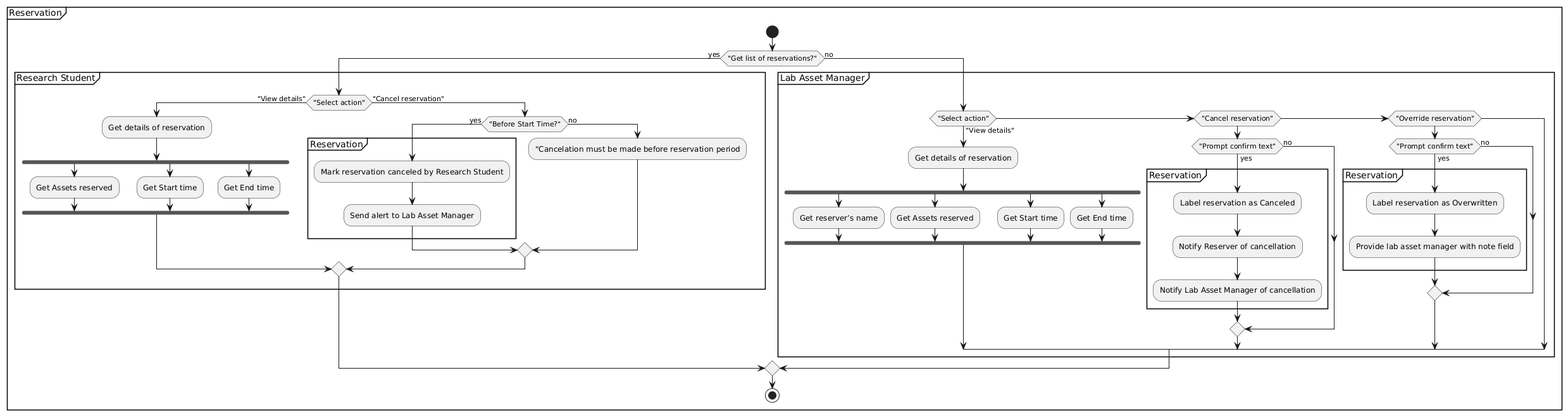
Earlier version of the PlantUML export design/activity_diagrams/AD-06 Reservation Management.png (Farzaanw/Lab-Asset-Management-System). The source it was exported from:
```plantuml
@startuml
partition Reservation {
    start

    if ("Get list of reservations?") then (yes)
        partition "Research Student" {
            if ("Select action") then ("View details")
                :Get details of reservation;

                fork
                    :Get Assets reserved;
                fork again
                    :Get Start time;
                fork again
                    :Get End time;
                end fork

            else ("Cancel reservation")
                if ("Before Start Time?") then (yes)
                    partition Reservation {
                        :Mark reservation canceled by Research Student;
                        :Send alert to Lab Asset Manager;
                    }
                else (no)
                    :"Cancelation must be made before reservation period;
                endif
            endif
        }
    else (no)
        partition "Lab Asset Manager" {
            if ("Select action") then ("View details")
                :Get details of reservation;

                fork
                    :Get reserver’s name;
                fork again
                    :Get Assets reserved;
                fork again
                    :Get Start time;
                fork again
                    :Get End time;
                end fork

            elseif ("Cancel reservation")
                if ("Prompt confirm text") then (yes)
                    partition Reservation {
                        :Label reservation as Canceled;
                        :Notify Reserver of cancellation;
                        :Notify Lab Asset Manager of cancellation;
                    }
                else (no)
                endif

            elseif ("Override reservation")
                if ("Prompt confirm text") then (yes)
                    partition Reservation {
                        :Label reservation as Overwritten;
                        :Provide lab asset manager with note field;
                    }
                else (no)
                endif

            endif
        }
    endif

    stop
}
@enduml
```
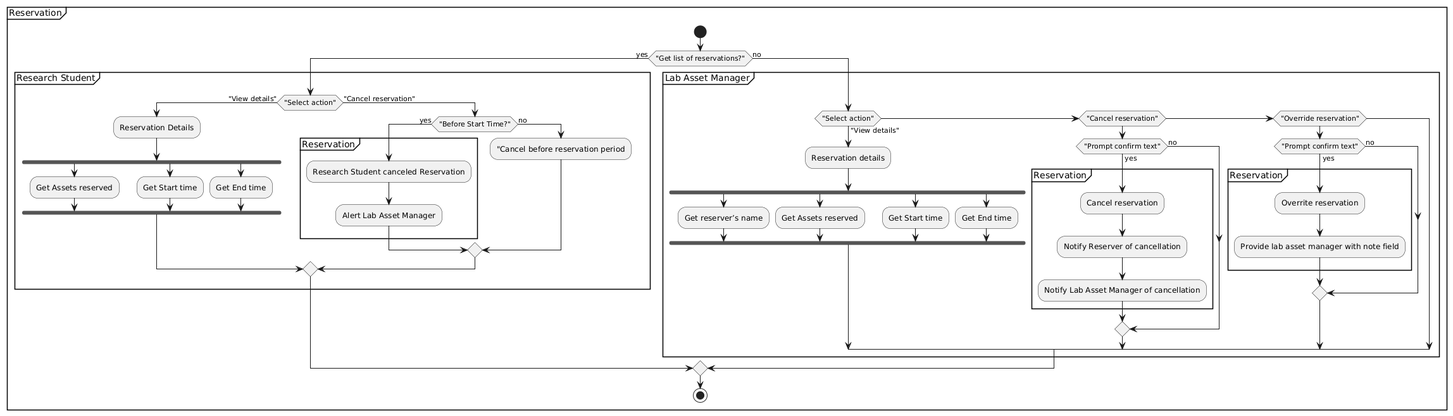
Above is the later version.

Commit message:
Changed png to match code

Diff of the diagram source:
```diff
@@ -5,7 +5,7 @@
     if ("Get list of reservations?") then (yes)
         partition "Research Student" {
             if ("Select action") then ("View details")
-                :Get details of reservation;
+                :Reservation Details;
 
                 fork
                     :Get Assets reserved;
@@ -18,18 +18,18 @@
             else ("Cancel reservation")
                 if ("Before Start Time?") then (yes)
                     partition Reservation {
-                        :Mark reservation canceled by Research Student;
-                        :Send alert to Lab Asset Manager;
+                        :Research Student canceled Reservation;
+                        :Alert Lab Asset Manager;
                     }
                 else (no)
-                    :"Cancelation must be made before reservation period;
+                    :"Cancel before reservation period;
                 endif
             endif
         }
     else (no)
         partition "Lab Asset Manager" {
             if ("Select action") then ("View details")
-                :Get details of reservation;
+                :Reservation details;
 
                 fork
                     :Get reserver’s name;
@@ -44,7 +44,7 @@
             elseif ("Cancel reservation")
                 if ("Prompt confirm text") then (yes)
                     partition Reservation {
-                        :Label reservation as Canceled;
+                        :Cancel reservation;
                         :Notify Reserver of cancellation;
                         :Notify Lab Asset Manager of cancellation;
                     }
@@ -54,7 +54,7 @@
             elseif ("Override reservation")
                 if ("Prompt confirm text") then (yes)
                     partition Reservation {
-                        :Label reservation as Overwritten;
+                        :Overrite reservation;
                         :Provide lab asset manager with note field;
                     }
                 else (no)
```
